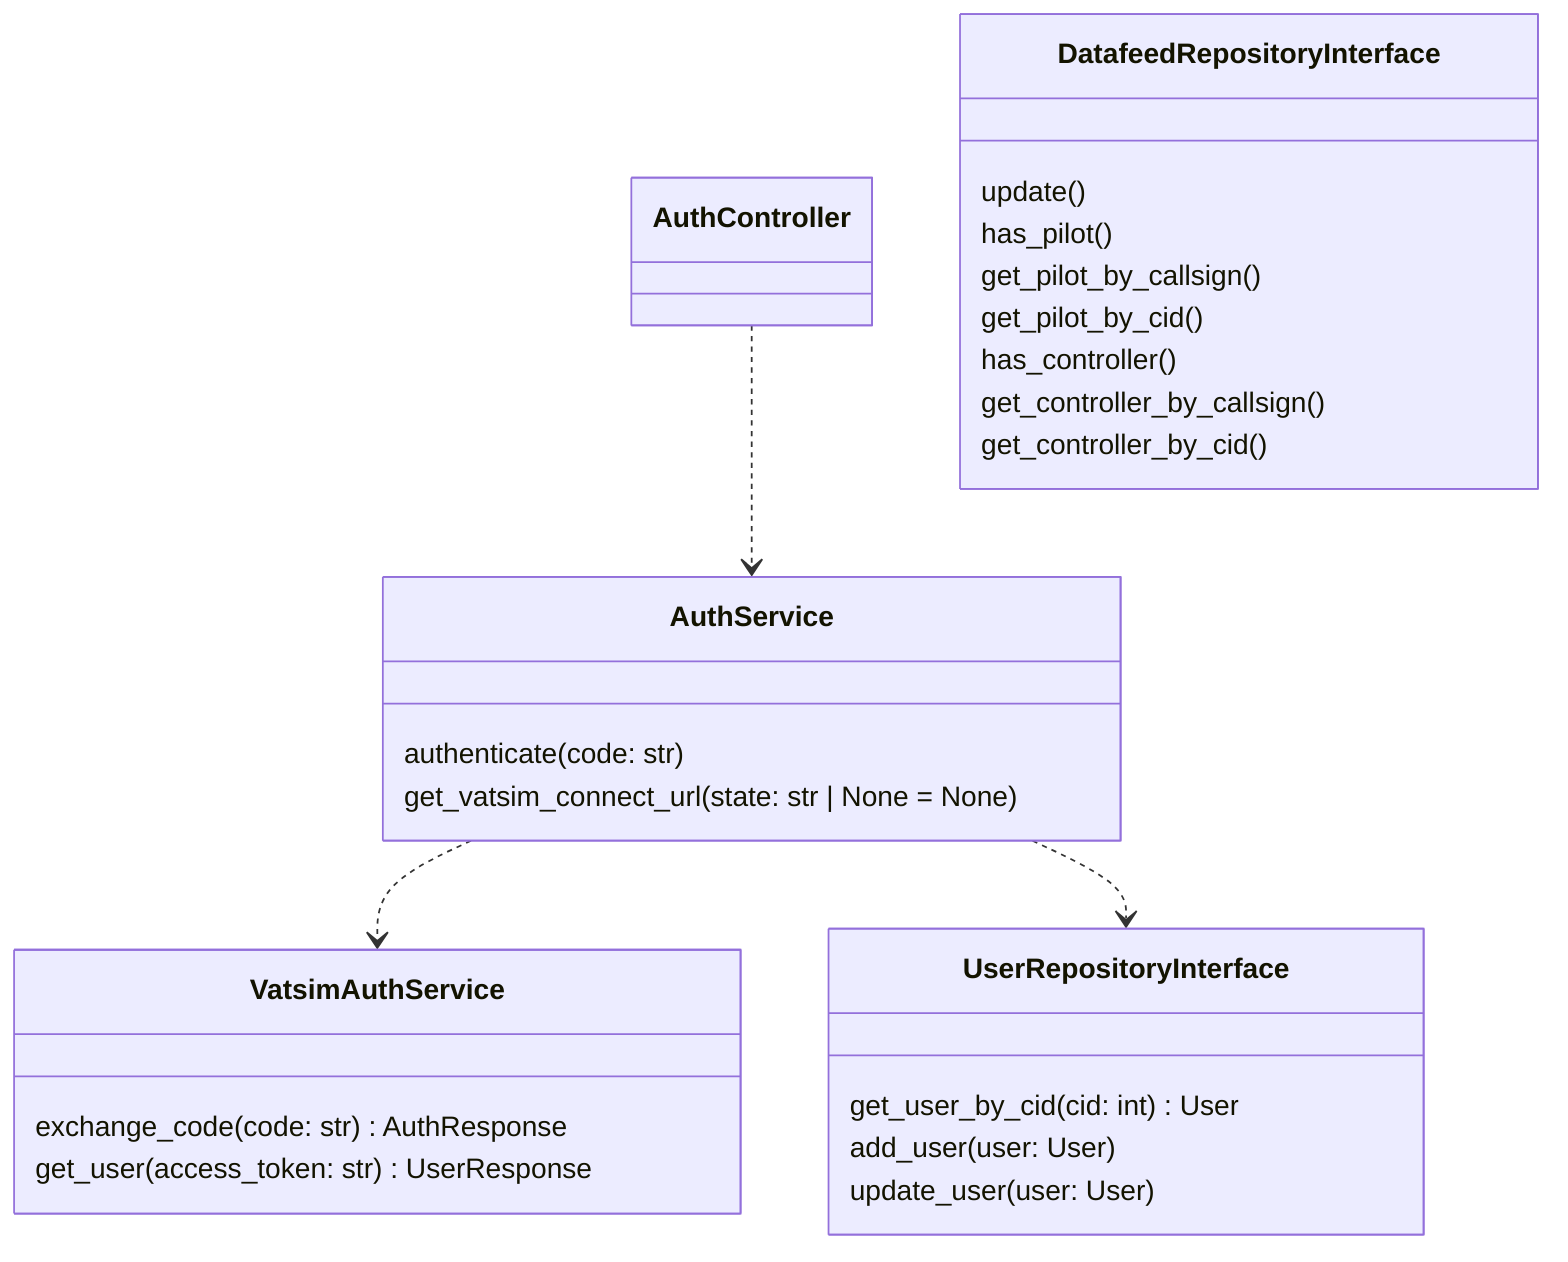
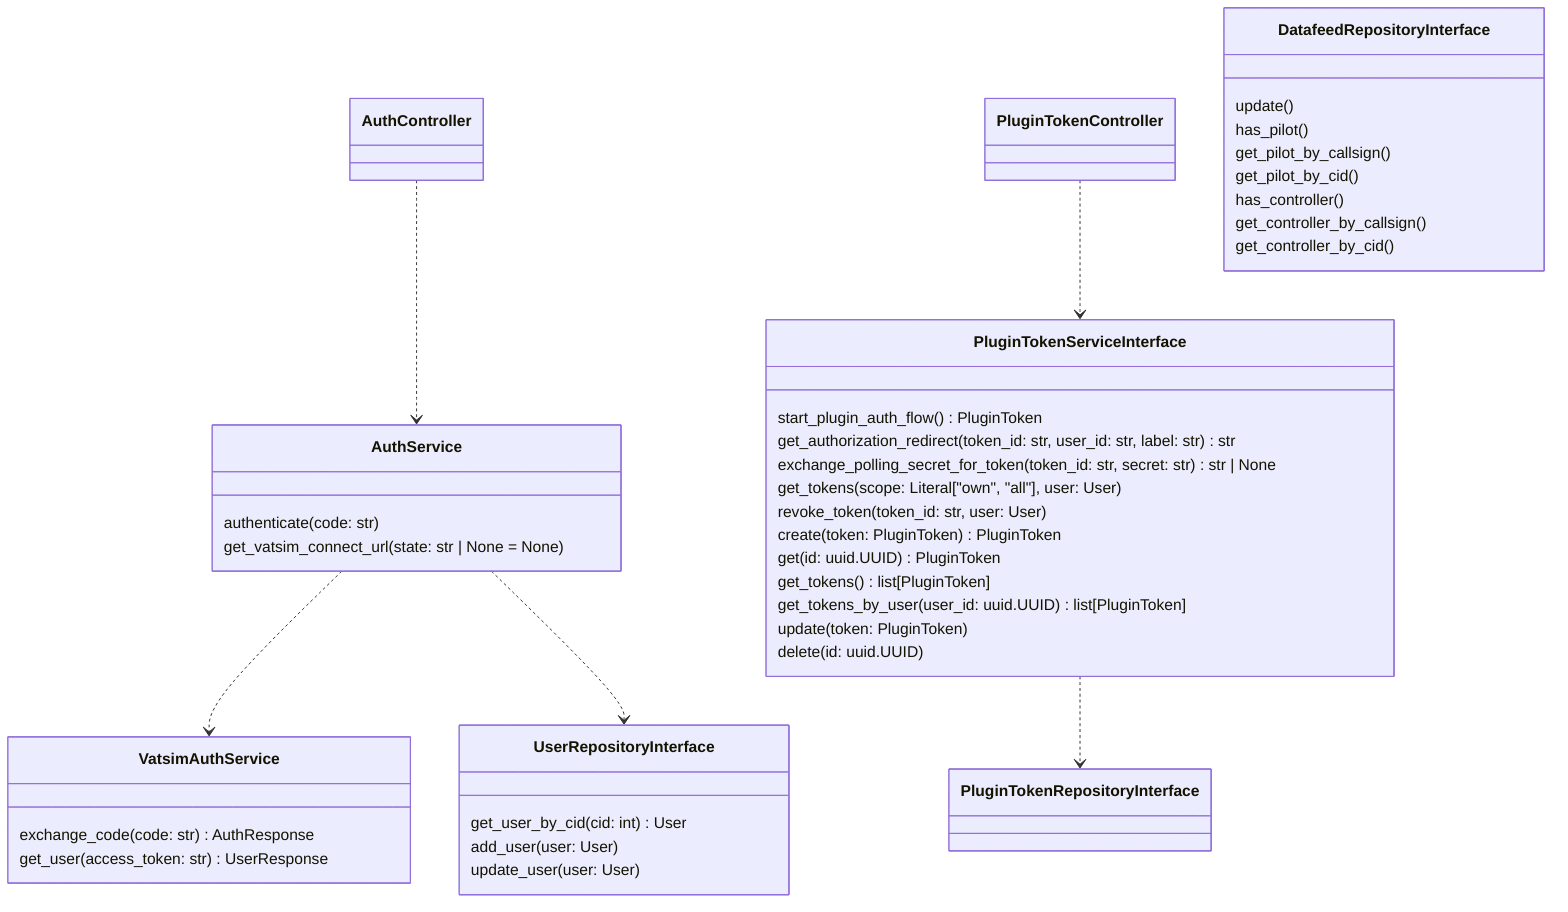
classDiagram
    %% <|--	Inheritance
    %% *--	Composition
    %% o--	Aggregation
    %% -->	Association
    %% --	Link (Solid)
    %% ..>	Dependency
    %% ..|>	Realization
    %% ..	Link (Dashed)

    %% Auth:

    class AuthController {
    }

    AuthController ..> AuthService

    class AuthService {
        authenticate(code: str)
        get_vatsim_connect_url(state: str | None = None)
    }

    AuthService ..> VatsimAuthService
    AuthService ..> UserRepositoryInterface

    class VatsimAuthService {
        exchange_code(code: str) AuthResponse
        get_user(access_token: str) UserResponse
    }

    class UserRepositoryInterface {
        get_user_by_cid(cid: int) User
        add_user(user: User)
        update_user(user: User)
    }

+     %% Plugin Token:
+ 
+     class PluginTokenController {
+     }
+ 
+     PluginTokenController ..> PluginTokenServiceInterface
+ 
+     class PluginTokenServiceInterface {
+         start_plugin_auth_flow() PluginToken
+         get_authorization_redirect(token_id: str, user_id: str, label: str) str
+         exchange_polling_secret_for_token(token_id: str, secret: str) str | None
+         get_tokens(scope: Literal["own", "all"], user: User)
+         revoke_token(token_id: str, user: User)
+     }
+ 
+     PluginTokenServiceInterface ..> PluginTokenRepositoryInterface
+ 
+     class PluginTokenServiceInterface {
+         create(token: PluginToken) PluginToken
+         get(id: uuid.UUID) PluginToken
+         get_tokens() list[PluginToken]
+         get_tokens_by_user(user_id: uuid.UUID) list[PluginToken]
+         update(token: PluginToken)
+         delete(id: uuid.UUID)
+     }

    %% Datafeed:

    class DatafeedRepositoryInterface {
        update()
        has_pilot()
        get_pilot_by_callsign()
        get_pilot_by_cid()
        has_controller()
        get_controller_by_callsign()
        get_controller_by_cid()
    }